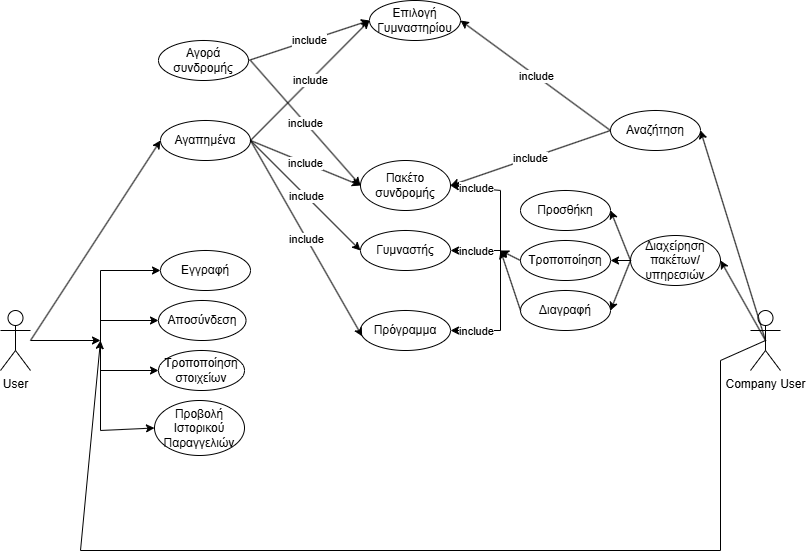
Above: usecasesv0.1.png in kitros03/ProjectTL (draw.io), before the change. Source tidied: cells renumbered, new cells last; positions are measured from the earlier drawing's top-left corner, leaving out a move shared by most shapes.
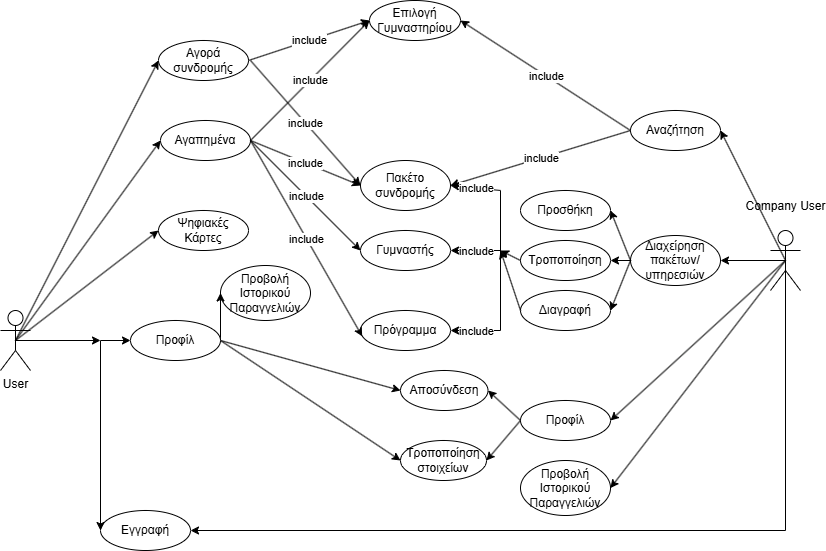
Later version of the same file.

Diff of the diagram source:
```diff
@@ -6,61 +6,43 @@
       <mxGeometry y="310" width="30" height="60" as="geometry" />
     </mxCell>
     <mxCell id="3" value="Αποσύνδεση" style="ellipse;whiteSpace=wrap;html=1;" parent="1" vertex="1">
-      <mxGeometry x="158" y="300" width="87.5" height="40" as="geometry" />
+      <mxGeometry x="400" y="370" width="87.5" height="40" as="geometry" />
     </mxCell>
     <mxCell id="4" value="Εγγραφή" style="ellipse;whiteSpace=wrap;html=1;" parent="1" vertex="1">
-      <mxGeometry x="160" y="250" width="90" height="40" as="geometry" />
+      <mxGeometry x="100" y="510" width="90" height="40" as="geometry" />
     </mxCell>
     <mxCell id="5" value="Τροποποίηση&lt;div&gt;στοιχείων&lt;/div&gt;" style="ellipse;whiteSpace=wrap;html=1;" parent="1" vertex="1">
-      <mxGeometry x="158" y="350" width="86" height="40" as="geometry" />
+      <mxGeometry x="400" y="440" width="86" height="40" as="geometry" />
     </mxCell>
-    <mxCell id="6" style="endArrow=classic;html=1;rounded=0;" parent="1" edge="1" source="2">
-      <mxGeometry relative="1" as="geometry">
-        <mxPoint x="100" y="340" as="targetPoint" />
-      </mxGeometry>
-    </mxCell>
-    <mxCell id="7" style="endArrow=none;html=1;rounded=0;" parent="1" edge="1">
-      <mxGeometry relative="1" as="geometry">
-        <mxPoint x="100" y="430" as="sourcePoint" />
-        <mxPoint x="100" y="270" as="targetPoint" />
-      </mxGeometry>
-    </mxCell>
-    <mxCell id="8" style="endArrow=classic;html=1;rounded=0;entryX=0;entryY=0.5;entryDx=0;entryDy=0;" parent="1" edge="1" target="4">
-      <mxGeometry relative="1" as="geometry">
-        <mxPoint x="100" y="270" as="sourcePoint" />
-      </mxGeometry>
-    </mxCell>
-    <mxCell id="9" style="endArrow=classic;html=1;rounded=0;entryX=0;entryY=0.5;entryDx=0;entryDy=0;" parent="1" edge="1" target="3">
-      <mxGeometry relative="1" as="geometry">
-        <mxPoint x="100" y="320" as="sourcePoint" />
-      </mxGeometry>
-    </mxCell>
-    <mxCell id="10" style="endArrow=classic;html=1;rounded=0;entryX=0;entryY=0.5;entryDx=0;entryDy=0;" parent="1" edge="1" target="5">
-      <mxGeometry relative="1" as="geometry">
-        <mxPoint x="100" y="370" as="sourcePoint" />
-      </mxGeometry>
-    </mxCell>
+    <mxCell id="57" style="endArrow=classic;html=1;rounded=0;exitX=0.5;exitY=0.5;exitDx=0;exitDy=0;exitPerimeter=0;" parent="1" edge="1" source="2">
+      <mxGeometry relative="1" as="geometry">
+        <mxPoint x="100" y="340" as="targetPoint" />
+      </mxGeometry>
+    </mxCell>
+    <mxCell id="58" style="endArrow=classic;html=1;rounded=0;entryX=0;entryY=0.5;entryDx=0;entryDy=0;" parent="1" edge="1" target="4">
+      <mxGeometry relative="1" as="geometry">
+        <mxPoint x="100" y="340" as="sourcePoint" />
+      </mxGeometry>
+    </mxCell>
+    <mxCell id="59" style="endArrow=classic;html=1;rounded=0;entryX=0;entryY=0.5;entryDx=0;entryDy=0;exitX=1;exitY=0.5;exitDx=0;exitDy=0;" parent="1" edge="1" source="84" target="3">
+      <mxGeometry relative="1" as="geometry" />
+    </mxCell>
+    <mxCell id="60" style="endArrow=classic;html=1;rounded=0;entryX=0;entryY=0.5;entryDx=0;entryDy=0;" parent="1" edge="1" target="84">
+      <mxGeometry relative="1" as="geometry">
+        <mxPoint x="100" y="340" as="sourcePoint" />
+      </mxGeometry>
+    </mxCell>
-    <mxCell id="11" value="Company User&lt;div&gt;&lt;br&gt;&lt;/div&gt;" style="shape=umlActor;verticalLabelPosition=bottom;verticalAlign=top;html=1;outlineConnect=0;" parent="1" vertex="1">
-      <mxGeometry x="750" y="310" width="30" height="60" as="geometry" />
+    <mxCell id="11" value="Company User&lt;div&gt;&lt;br&gt;&lt;/div&gt;" style="shape=umlActor;verticalLabelPosition=top;verticalAlign=bottom;html=1;outlineConnect=0;labelPosition=center;align=center;" parent="1" vertex="1">
+      <mxGeometry x="770" y="230" width="30" height="60" as="geometry" />
     </mxCell>
-    <mxCell id="12" style="endArrow=classic;html=1;rounded=0;exitX=0.5;exitY=0.5;exitDx=0;exitDy=0;exitPerimeter=0;" parent="1" edge="1" source="11">
-      <mxGeometry relative="1" as="geometry">
-        <mxPoint x="100" y="340" as="targetPoint" />
-        <Array as="points">
-          <mxPoint x="720" y="360" />
-          <mxPoint x="720" y="550" />
-          <mxPoint x="80" y="550" />
-        </Array>
-      </mxGeometry>
-    </mxCell>
     <mxCell id="13" value="Αγαπημένα" style="ellipse;whiteSpace=wrap;html=1;" parent="1" vertex="1">
       <mxGeometry x="160" y="120" width="90" height="40" as="geometry" />
     </mxCell>
-    <mxCell id="14" style="endArrow=classic;html=1;rounded=0;entryX=0;entryY=0.5;entryDx=0;entryDy=0;" parent="1" edge="1" target="13">
-      <mxGeometry relative="1" as="geometry">
-        <mxPoint x="30" y="340" as="sourcePoint" />
-      </mxGeometry>
-    </mxCell>
+    <mxCell id="61" style="endArrow=classic;html=1;rounded=0;entryX=0;entryY=0.5;entryDx=0;entryDy=0;" parent="1" edge="1" target="13">
+      <mxGeometry relative="1" as="geometry">
+        <mxPoint x="15" y="340" as="sourcePoint" />
+      </mxGeometry>
+    </mxCell>
     <mxCell id="15" value="Πακέτο συνδρομής" style="ellipse;whiteSpace=wrap;html=1;" parent="1" vertex="1">
       <mxGeometry x="360" y="160" width="90" height="50" as="geometry" />
     </mxCell>
@@ -70,34 +52,34 @@
     <mxCell id="17" style="endArrow=classic;html=1;rounded=0;exitX=1;exitY=0.5;exitDx=0;exitDy=0;entryX=0;entryY=0.5;entryDx=0;entryDy=0;" parent="1" edge="1" source="13" target="15">
       <mxGeometry relative="1" as="geometry" />
     </mxCell>
-    <mxCell id="18" value="include" style="edgeLabel;html=1;align=center;verticalAlign=middle;" parent="17" vertex="1">
-      <mxGeometry relative="1" as="geometry" />
-    </mxCell>
-    <mxCell id="19" style="endArrow=classic;html=1;rounded=0;entryX=0;entryY=0.5;entryDx=0;entryDy=0;" parent="1" edge="1" target="16">
-      <mxGeometry relative="1" as="geometry">
-        <mxPoint x="250" y="140" as="sourcePoint" />
-      </mxGeometry>
-    </mxCell>
-    <mxCell id="20" value="include" style="edgeLabel;html=1;align=center;verticalAlign=middle;" parent="19" vertex="1">
-      <mxGeometry relative="1" as="geometry" />
-    </mxCell>
+    <mxCell id="62" value="include" style="edgeLabel;html=1;align=center;verticalAlign=middle;" parent="17" vertex="1">
+      <mxGeometry relative="1" as="geometry" />
+    </mxCell>
+    <mxCell id="63" style="endArrow=classic;html=1;rounded=0;entryX=0;entryY=0.5;entryDx=0;entryDy=0;" parent="1" edge="1" target="16">
+      <mxGeometry relative="1" as="geometry">
+        <mxPoint x="250" y="140" as="sourcePoint" />
+      </mxGeometry>
+    </mxCell>
+    <mxCell id="64" value="include" style="edgeLabel;html=1;align=center;verticalAlign=middle;" parent="63" vertex="1">
+      <mxGeometry relative="1" as="geometry" />
+    </mxCell>
     <mxCell id="21" value="Αγορά συνδρομής" style="ellipse;whiteSpace=wrap;html=1;" parent="1" vertex="1">
       <mxGeometry x="158" y="40" width="90" height="40" as="geometry" />
     </mxCell>
     <mxCell id="22" style="endArrow=classic;html=1;rounded=0;entryX=0;entryY=0.5;entryDx=0;entryDy=0;exitX=1;exitY=0.5;exitDx=0;exitDy=0;" parent="1" edge="1" source="21" target="16">
       <mxGeometry relative="1" as="geometry" />
     </mxCell>
-    <mxCell id="23" value="include" style="edgeLabel;html=1;align=center;verticalAlign=middle;" parent="22" vertex="1">
-      <mxGeometry relative="1" as="geometry" />
-    </mxCell>
-    <mxCell id="24" style="endArrow=classic;html=1;rounded=0;entryX=0;entryY=0.5;entryDx=0;entryDy=0;" parent="1" edge="1" target="15">
-      <mxGeometry relative="1" as="geometry">
-        <mxPoint x="250" y="60" as="sourcePoint" />
-      </mxGeometry>
-    </mxCell>
-    <mxCell id="25" value="include" style="edgeLabel;html=1;align=center;verticalAlign=middle;" parent="24" vertex="1">
-      <mxGeometry relative="1" as="geometry" />
-    </mxCell>
+    <mxCell id="65" value="include" style="edgeLabel;html=1;align=center;verticalAlign=middle;" parent="22" vertex="1">
+      <mxGeometry relative="1" as="geometry" />
+    </mxCell>
+    <mxCell id="66" style="endArrow=classic;html=1;rounded=0;entryX=0;entryY=0.5;entryDx=0;entryDy=0;" parent="1" edge="1" target="15">
+      <mxGeometry relative="1" as="geometry">
+        <mxPoint x="250" y="60" as="sourcePoint" />
+      </mxGeometry>
+    </mxCell>
+    <mxCell id="67" value="include" style="edgeLabel;html=1;align=center;verticalAlign=middle;" parent="66" vertex="1">
+      <mxGeometry relative="1" as="geometry" />
+    </mxCell>
     <mxCell id="26" value="Γυμναστής" style="ellipse;whiteSpace=wrap;html=1;" parent="1" vertex="1">
       <mxGeometry x="360" y="230" width="90" height="40" as="geometry" />
     </mxCell>
@@ -107,17 +89,17 @@
     <mxCell id="28" style="endArrow=classic;html=1;rounded=0;entryX=0.019;entryY=0.646;entryDx=0;entryDy=0;exitX=1;exitY=0.5;exitDx=0;exitDy=0;entryPerimeter=0;" parent="1" edge="1" source="13" target="27">
       <mxGeometry relative="1" as="geometry" />
     </mxCell>
-    <mxCell id="29" value="include" style="edgeLabel;html=1;align=center;verticalAlign=middle;" parent="28" vertex="1">
-      <mxGeometry relative="1" as="geometry" />
-    </mxCell>
+    <mxCell id="68" value="include" style="edgeLabel;html=1;align=center;verticalAlign=middle;" parent="28" vertex="1">
+      <mxGeometry relative="1" as="geometry" />
+    </mxCell>
     <mxCell id="30" style="endArrow=classic;html=1;rounded=0;entryX=0;entryY=0.5;entryDx=0;entryDy=0;exitX=1;exitY=0.5;exitDx=0;exitDy=0;" parent="1" edge="1" source="13" target="26">
       <mxGeometry relative="1" as="geometry" />
     </mxCell>
-    <mxCell id="31" value="include" style="edgeLabel;html=1;align=center;verticalAlign=middle;" parent="30" vertex="1">
-      <mxGeometry relative="1" as="geometry" />
-    </mxCell>
+    <mxCell id="69" value="include" style="edgeLabel;html=1;align=center;verticalAlign=middle;" parent="30" vertex="1">
+      <mxGeometry relative="1" as="geometry" />
+    </mxCell>
     <mxCell id="32" value="Αναζήτηση" style="ellipse;whiteSpace=wrap;html=1;" parent="1" vertex="1">
-      <mxGeometry x="610" y="110" width="90" height="40" as="geometry" />
+      <mxGeometry x="630" y="110" width="90" height="40" as="geometry" />
     </mxCell>
     <mxCell id="33" style="endArrow=classic;html=1;rounded=0;exitX=0.5;exitY=0.5;exitDx=0;exitDy=0;exitPerimeter=0;entryX=1;entryY=0.5;entryDx=0;entryDy=0;" parent="1" edge="1" source="11" target="32">
       <mxGeometry relative="1" as="geometry" />
@@ -125,15 +107,15 @@
     <mxCell id="34" style="endArrow=classic;html=1;rounded=0;exitX=0;exitY=0.5;exitDx=0;exitDy=0;entryX=1;entryY=0.5;entryDx=0;entryDy=0;" parent="1" edge="1" source="32" target="16">
       <mxGeometry relative="1" as="geometry" />
     </mxCell>
-    <mxCell id="35" value="include" style="edgeLabel;html=1;align=center;verticalAlign=middle;" parent="34" vertex="1">
-      <mxGeometry relative="1" as="geometry" />
-    </mxCell>
+    <mxCell id="70" value="include" style="edgeLabel;html=1;align=center;verticalAlign=middle;" parent="34" vertex="1">
+      <mxGeometry relative="1" as="geometry" />
+    </mxCell>
     <mxCell id="36" style="endArrow=classic;html=1;rounded=0;exitX=0;exitY=0.5;exitDx=0;exitDy=0;entryX=1;entryY=0.5;entryDx=0;entryDy=0;" parent="1" edge="1" source="32" target="15">
       <mxGeometry relative="1" as="geometry" />
     </mxCell>
-    <mxCell id="37" value="include" style="edgeLabel;html=1;align=center;verticalAlign=middle;" parent="36" vertex="1">
-      <mxGeometry relative="1" as="geometry" />
-    </mxCell>
+    <mxCell id="71" value="include" style="edgeLabel;html=1;align=center;verticalAlign=middle;" parent="36" vertex="1">
+      <mxGeometry relative="1" as="geometry" />
+    </mxCell>
     <mxCell id="38" value="Διαχείρηση πακέτων/υπηρεσιών" style="ellipse;whiteSpace=wrap;html=1;" parent="1" vertex="1">
       <mxGeometry x="630" y="235" width="90" height="50" as="geometry" />
     </mxCell>
@@ -146,30 +128,30 @@
     <mxCell id="41" style="endArrow=classic;html=1;rounded=0;exitX=0;exitY=0.5;exitDx=0;exitDy=0;entryX=1;entryY=0.5;entryDx=0;entryDy=0;" parent="1" edge="1" source="38" target="40">
       <mxGeometry relative="1" as="geometry" />
     </mxCell>
-    <mxCell id="42" style="endArrow=classic;html=1;rounded=0;entryX=1;entryY=0.5;entryDx=0;entryDy=0;" parent="1" edge="1" target="27">
-      <mxGeometry relative="1" as="geometry">
-        <mxPoint x="500" y="330" as="sourcePoint" />
-      </mxGeometry>
-    </mxCell>
-    <mxCell id="43" value="include" style="edgeLabel;html=1;align=center;verticalAlign=middle;" parent="42" vertex="1">
-      <mxGeometry relative="1" as="geometry" />
-    </mxCell>
-    <mxCell id="44" style="endArrow=classic;html=1;rounded=0;entryX=1;entryY=0.5;entryDx=0;entryDy=0;" parent="1" edge="1" target="26">
-      <mxGeometry relative="1" as="geometry">
-        <mxPoint x="500" y="250" as="sourcePoint" />
-      </mxGeometry>
-    </mxCell>
-    <mxCell id="45" value="include" style="edgeLabel;html=1;align=center;verticalAlign=middle;" parent="44" vertex="1">
-      <mxGeometry relative="1" as="geometry" />
-    </mxCell>
-    <mxCell id="46" style="endArrow=classic;html=1;rounded=0;entryX=1;entryY=0.5;entryDx=0;entryDy=0;" parent="1" edge="1" target="15">
-      <mxGeometry relative="1" as="geometry">
-        <mxPoint x="500" y="190" as="sourcePoint" />
-      </mxGeometry>
-    </mxCell>
-    <mxCell id="47" value="include" style="edgeLabel;html=1;align=center;verticalAlign=middle;" parent="46" vertex="1">
-      <mxGeometry relative="1" as="geometry" />
-    </mxCell>
+    <mxCell id="72" style="endArrow=classic;html=1;rounded=0;entryX=1;entryY=0.5;entryDx=0;entryDy=0;" parent="1" edge="1" target="27">
+      <mxGeometry relative="1" as="geometry">
+        <mxPoint x="500" y="330" as="sourcePoint" />
+      </mxGeometry>
+    </mxCell>
+    <mxCell id="73" value="include" style="edgeLabel;html=1;align=center;verticalAlign=middle;" parent="72" vertex="1">
+      <mxGeometry relative="1" as="geometry" />
+    </mxCell>
+    <mxCell id="74" style="endArrow=classic;html=1;rounded=0;entryX=1;entryY=0.5;entryDx=0;entryDy=0;" parent="1" edge="1" target="26">
+      <mxGeometry relative="1" as="geometry">
+        <mxPoint x="500" y="250" as="sourcePoint" />
+      </mxGeometry>
+    </mxCell>
+    <mxCell id="75" value="include" style="edgeLabel;html=1;align=center;verticalAlign=middle;" parent="74" vertex="1">
+      <mxGeometry relative="1" as="geometry" />
+    </mxCell>
+    <mxCell id="76" style="endArrow=classic;html=1;rounded=0;entryX=1;entryY=0.5;entryDx=0;entryDy=0;" parent="1" edge="1" target="15">
+      <mxGeometry relative="1" as="geometry">
+        <mxPoint x="500" y="190" as="sourcePoint" />
+      </mxGeometry>
+    </mxCell>
+    <mxCell id="77" value="include" style="edgeLabel;html=1;align=center;verticalAlign=middle;" parent="76" vertex="1">
+      <mxGeometry relative="1" as="geometry" />
+    </mxCell>
     <mxCell id="48" value="Τροποποίηση" style="ellipse;whiteSpace=wrap;html=1;" parent="1" vertex="1">
       <mxGeometry x="520" y="240" width="90" height="40" as="geometry" />
     </mxCell>
@@ -182,29 +164,69 @@
     <mxCell id="51" style="endArrow=classic;html=1;rounded=0;exitX=0;exitY=0.5;exitDx=0;exitDy=0;entryX=1;entryY=0.5;entryDx=0;entryDy=0;" parent="1" edge="1" source="38" target="49">
       <mxGeometry relative="1" as="geometry" />
     </mxCell>
-    <mxCell id="52" style="endArrow=none;html=1;rounded=0;" parent="1" edge="1">
-      <mxGeometry relative="1" as="geometry">
-        <mxPoint x="500" y="330" as="sourcePoint" />
-        <mxPoint x="500" y="190" as="targetPoint" />
-      </mxGeometry>
-    </mxCell>
-    <mxCell id="53" style="endArrow=classic;html=1;rounded=0;exitX=0;exitY=0.5;exitDx=0;exitDy=0;" parent="1" edge="1" source="49">
-      <mxGeometry relative="1" as="geometry">
-        <mxPoint x="500" y="250" as="targetPoint" />
-      </mxGeometry>
-    </mxCell>
-    <mxCell id="54" style="endArrow=classic;html=1;rounded=0;exitX=0;exitY=0.5;exitDx=0;exitDy=0;" parent="1" edge="1" source="48">
-      <mxGeometry relative="1" as="geometry">
-        <mxPoint x="500" y="250" as="targetPoint" />
-      </mxGeometry>
-    </mxCell>
-    <mxCell id="55" value="Προβολή Ιστορικού Παραγγελιών" style="ellipse;whiteSpace=wrap;html=1;" parent="1" vertex="1">
-      <mxGeometry x="154" y="400" width="90" height="55" as="geometry" />
-    </mxCell>
-    <mxCell id="56" style="endArrow=classic;html=1;rounded=0;entryX=0;entryY=0.5;entryDx=0;entryDy=0;" parent="1" edge="1" target="55">
-      <mxGeometry relative="1" as="geometry">
-        <mxPoint x="100" y="430" as="sourcePoint" />
-      </mxGeometry>
-    </mxCell>
+    <mxCell id="78" style="endArrow=none;html=1;rounded=0;" parent="1" edge="1">
+      <mxGeometry relative="1" as="geometry">
+        <mxPoint x="500" y="330" as="sourcePoint" />
+        <mxPoint x="500" y="190" as="targetPoint" />
+      </mxGeometry>
+    </mxCell>
+    <mxCell id="79" style="endArrow=classic;html=1;rounded=0;exitX=0;exitY=0.5;exitDx=0;exitDy=0;" parent="1" edge="1" source="49">
+      <mxGeometry relative="1" as="geometry">
+        <mxPoint x="500" y="250" as="targetPoint" />
+      </mxGeometry>
+    </mxCell>
+    <mxCell id="80" style="endArrow=classic;html=1;rounded=0;exitX=0;exitY=0.5;exitDx=0;exitDy=0;" parent="1" edge="1" source="48">
+      <mxGeometry relative="1" as="geometry">
+        <mxPoint x="500" y="250" as="targetPoint" />
+      </mxGeometry>
+    </mxCell>
+    <mxCell id="81" value="Προβολή Ιστορικού Παραγγελιών" style="ellipse;whiteSpace=wrap;html=1;" parent="1" vertex="1">
+      <mxGeometry x="220" y="265" width="90" height="55" as="geometry" />
+    </mxCell>
+    <mxCell id="82" style="endArrow=classic;html=1;rounded=0;entryX=0;entryY=0.5;entryDx=0;entryDy=0;exitX=1;exitY=0.5;exitDx=0;exitDy=0;" parent="1" edge="1" source="84" target="81">
+      <mxGeometry relative="1" as="geometry" />
+    </mxCell>
+    <mxCell id="83" style="endArrow=classic;html=1;rounded=0;entryX=0;entryY=0.5;entryDx=0;entryDy=0;exitX=1;exitY=0.5;exitDx=0;exitDy=0;" parent="1" edge="1" source="84" target="5">
+      <mxGeometry relative="1" as="geometry" />
+    </mxCell>
+    <mxCell id="84" value="Προφίλ" style="ellipse;whiteSpace=wrap;html=1;" parent="1" vertex="1">
+      <mxGeometry x="130" y="320" width="90" height="40" as="geometry" />
+    </mxCell>
+    <mxCell id="85" value="Προβολή Ιστορικού Παραγγελιών" style="ellipse;whiteSpace=wrap;html=1;" parent="1" vertex="1">
+      <mxGeometry x="520" y="460" width="90" height="55" as="geometry" />
+    </mxCell>
+    <mxCell id="86" value="Προφίλ" style="ellipse;whiteSpace=wrap;html=1;" parent="1" vertex="1">
+      <mxGeometry x="520" y="400" width="90" height="40" as="geometry" />
+    </mxCell>
+    <mxCell id="87" style="endArrow=classic;html=1;rounded=0;entryX=1;entryY=0.5;entryDx=0;entryDy=0;exitX=0.5;exitY=0.5;exitDx=0;exitDy=0;exitPerimeter=0;" parent="1" edge="1" source="11" target="86">
+      <mxGeometry relative="1" as="geometry" />
+    </mxCell>
+    <mxCell id="88" style="endArrow=classic;html=1;rounded=0;entryX=1;entryY=0.5;entryDx=0;entryDy=0;exitX=0.5;exitY=0.5;exitDx=0;exitDy=0;exitPerimeter=0;" parent="1" edge="1" source="11" target="85">
+      <mxGeometry relative="1" as="geometry" />
+    </mxCell>
+    <mxCell id="89" style="endArrow=classic;html=1;rounded=0;entryX=1;entryY=0.5;entryDx=0;entryDy=0;exitX=0;exitY=0.5;exitDx=0;exitDy=0;" parent="1" edge="1" source="86" target="3">
+      <mxGeometry relative="1" as="geometry" />
+    </mxCell>
+    <mxCell id="90" style="endArrow=classic;html=1;rounded=0;entryX=1;entryY=0.5;entryDx=0;entryDy=0;" parent="1" edge="1" target="5">
+      <mxGeometry relative="1" as="geometry">
+        <mxPoint x="520" y="420" as="sourcePoint" />
+      </mxGeometry>
+    </mxCell>
+    <mxCell id="91" style="endArrow=classic;html=1;rounded=0;exitX=0.5;exitY=0.5;exitDx=0;exitDy=0;exitPerimeter=0;entryX=1;entryY=0.5;entryDx=0;entryDy=0;" parent="1" edge="1" source="11" target="4">
+      <mxGeometry relative="1" as="geometry">
+        <Array as="points">
+          <mxPoint x="785" y="530" />
+        </Array>
+      </mxGeometry>
+    </mxCell>
+    <mxCell id="92" style="endArrow=classic;html=1;rounded=0;entryX=0;entryY=0.5;entryDx=0;entryDy=0;exitX=0.5;exitY=0.5;exitDx=0;exitDy=0;exitPerimeter=0;" parent="1" edge="1" source="2" target="21">
+      <mxGeometry relative="1" as="geometry" />
+    </mxCell>
+    <mxCell id="93" value="Ψηφιακές Κάρτες" style="ellipse;whiteSpace=wrap;html=1;" parent="1" vertex="1">
+      <mxGeometry x="158" y="210" width="90" height="40" as="geometry" />
+    </mxCell>
+    <mxCell id="94" style="endArrow=classic;html=1;rounded=0;exitX=0.5;exitY=0.5;exitDx=0;exitDy=0;exitPerimeter=0;entryX=0;entryY=0.5;entryDx=0;entryDy=0;" parent="1" edge="1" source="2" target="93">
+      <mxGeometry relative="1" as="geometry" />
+    </mxCell>
   </root>
 </mxGraphModel>
```
